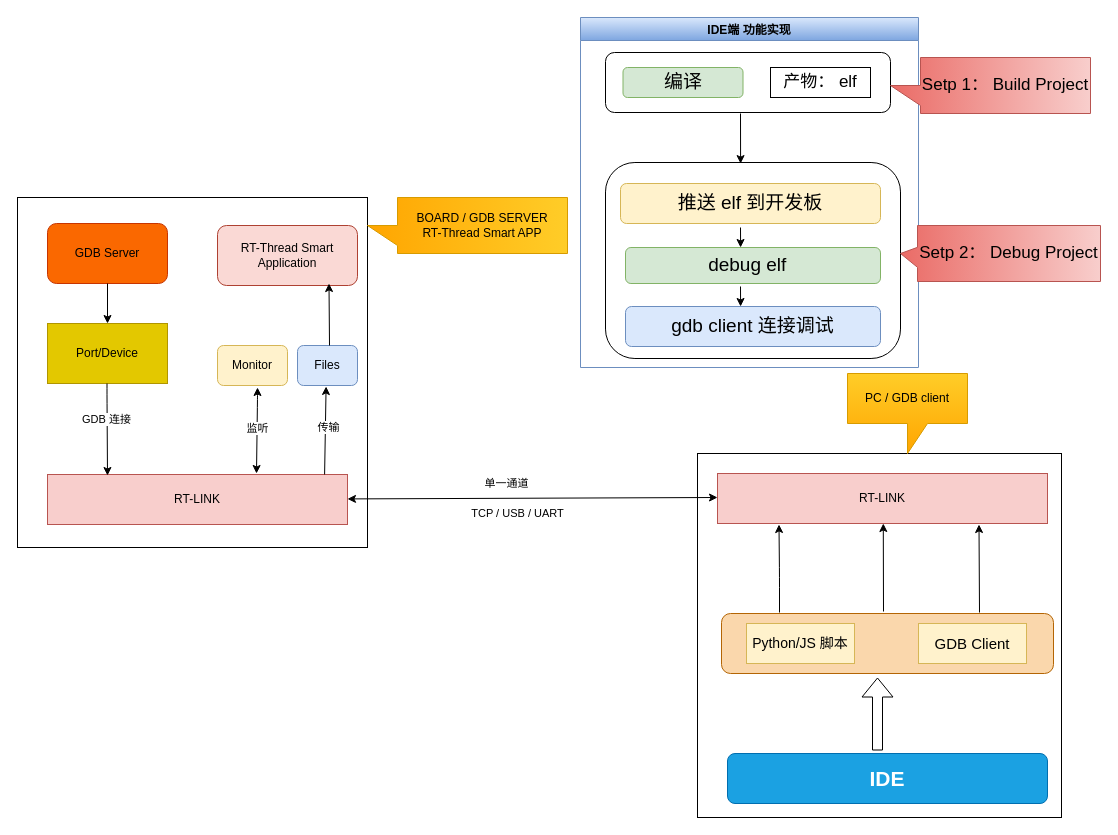
ErikChanGit/Draw.io keeps this draw.io diagram as start_debug.drawio. Above is the earlier version. Source tidied: cells renumbered, new cells numbered last; positions are measured from the earlier drawing's top-left corner, leaving out a move shared by most shapes. Both pictures are drawn from the tidied source at 100%, with x=0, y=0 at pixel (17, 17).
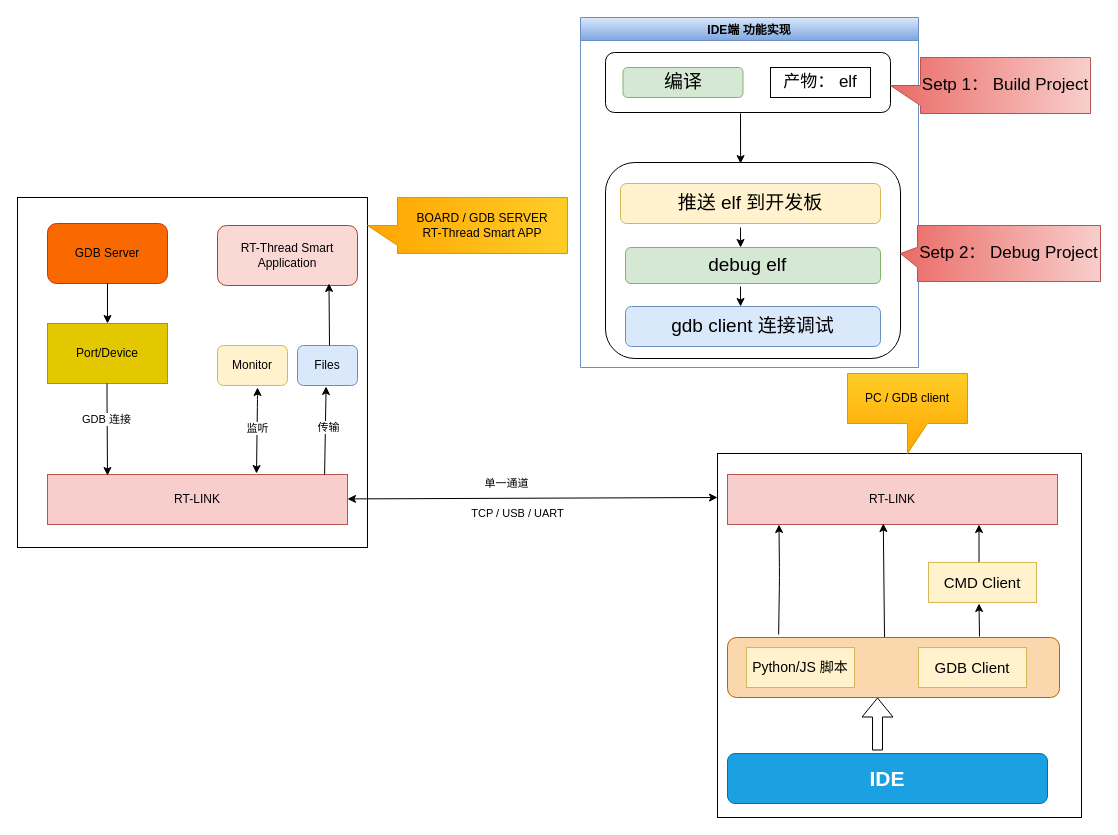
The same page after the edit.

Change to the diagram source:
```diff
@@
     <mxCell id="3" style="whiteSpace=wrap;html=1;" parent="1" vertex="1">
-      <mxGeometry x="680" y="436" width="364" height="364" as="geometry" />
+      <mxGeometry x="700" y="436" width="364" height="364" as="geometry" />
     </mxCell>
@@
     <mxCell id="5" value="RT-LINK" style="rounded=0;whiteSpace=wrap;html=1;fillColor=#f8cecc;strokeColor=#b85450;" parent="1" vertex="1">
-      <mxGeometry x="700" y="456" width="330" height="50" as="geometry" />
+      <mxGeometry x="710" y="457" width="330" height="50" as="geometry" />
     </mxCell>
@@
-    <mxCell id="21" style="endArrow=classic;html=1;" parent="1" edge="1">
+    <mxCell id="21" style="endArrow=classic;html=1;exitX=0.154;exitY=-0.05;exitDx=0;exitDy=0;exitPerimeter=0;" parent="1" edge="1" source="40">
       <mxGeometry relative="1" as="geometry">
-        <mxPoint x="762" y="595" as="sourcePoint" />
         <mxPoint x="761.5" y="507" as="targetPoint" />
         <Array as="points">
           <mxPoint x="762" y="560" />
         </Array>
       </mxGeometry>
     </mxCell>
-    <mxCell id="22" style="endArrow=classic;html=1;" parent="1" edge="1">
+    <mxCell id="22" style="endArrow=classic;html=1;exitX=0.473;exitY=0.033;exitDx=0;exitDy=0;exitPerimeter=0;" parent="1" edge="1" source="40">
       <mxGeometry relative="1" as="geometry">
-        <mxPoint x="866" y="594" as="sourcePoint" />
         <mxPoint x="865.8" y="506" as="targetPoint" />
       </mxGeometry>
     </mxCell>
-    <mxCell id="23" style="endArrow=classic;html=1;" parent="1" edge="1">
+    <mxCell id="23" style="endArrow=classic;html=1;exitX=0.468;exitY=0.125;exitDx=0;exitDy=0;exitPerimeter=0;" parent="1" edge="1" source="45">
       <mxGeometry relative="1" as="geometry">
-        <mxPoint x="962" y="595" as="sourcePoint" />
         <mxPoint x="961.5" y="507" as="targetPoint" />
       </mxGeometry>
     </mxCell>
@@
     <mxCell id="26" style="shape=flexArrow;endArrow=classic;html=1;" parent="1" edge="1">
       <mxGeometry relative="1" as="geometry">
         <mxPoint x="860" y="733" as="sourcePoint" />
-        <mxPoint x="860" y="660" as="targetPoint" />
+        <mxPoint x="860" y="680" as="targetPoint" />
       </mxGeometry>
     </mxCell>
@@
     <mxCell id="40" style="rounded=1;whiteSpace=wrap;html=1;fillColor=#fad7ac;strokeColor=#b46504;" parent="1" vertex="1">
-      <mxGeometry x="704" y="596" width="332" height="60" as="geometry" />
+      <mxGeometry x="710" y="620" width="332" height="60" as="geometry" />
     </mxCell>
     <mxCell id="41" value="&lt;font style=&quot;font-size: 14px&quot;&gt;Python/JS 脚本&lt;/font&gt;" style="rounded=0;whiteSpace=wrap;html=1;fillColor=#fff2cc;strokeColor=#d6b656;" parent="1" vertex="1">
-      <mxGeometry x="729" y="606" width="108" height="40" as="geometry" />
+      <mxGeometry x="729" y="630" width="108" height="40" as="geometry" />
     </mxCell>
     <mxCell id="42" value="&lt;font style=&quot;font-size: 15px&quot;&gt;GDB Client&lt;/font&gt;" style="rounded=0;whiteSpace=wrap;html=1;fillColor=#fff2cc;strokeColor=#d6b656;" parent="1" vertex="1">
-      <mxGeometry x="901" y="606" width="108" height="40" as="geometry" />
+      <mxGeometry x="901" y="630" width="108" height="40" as="geometry" />
     </mxCell>
@@
+    <mxCell id="45" value="&lt;font style=&quot;font-size: 15px&quot;&gt;CMD Client&lt;/font&gt;" style="rounded=0;whiteSpace=wrap;html=1;fillColor=#fff2cc;strokeColor=#d6b656;" parent="1" vertex="1">
+      <mxGeometry x="911" y="545" width="108" height="40" as="geometry" />
+    </mxCell>
+    <mxCell id="46" style="endArrow=classic;html=1;" parent="1" edge="1">
+      <mxGeometry relative="1" as="geometry">
+        <mxPoint x="962" y="619" as="sourcePoint" />
+        <mxPoint x="961.5" y="586" as="targetPoint" />
+      </mxGeometry>
+    </mxCell>
```
